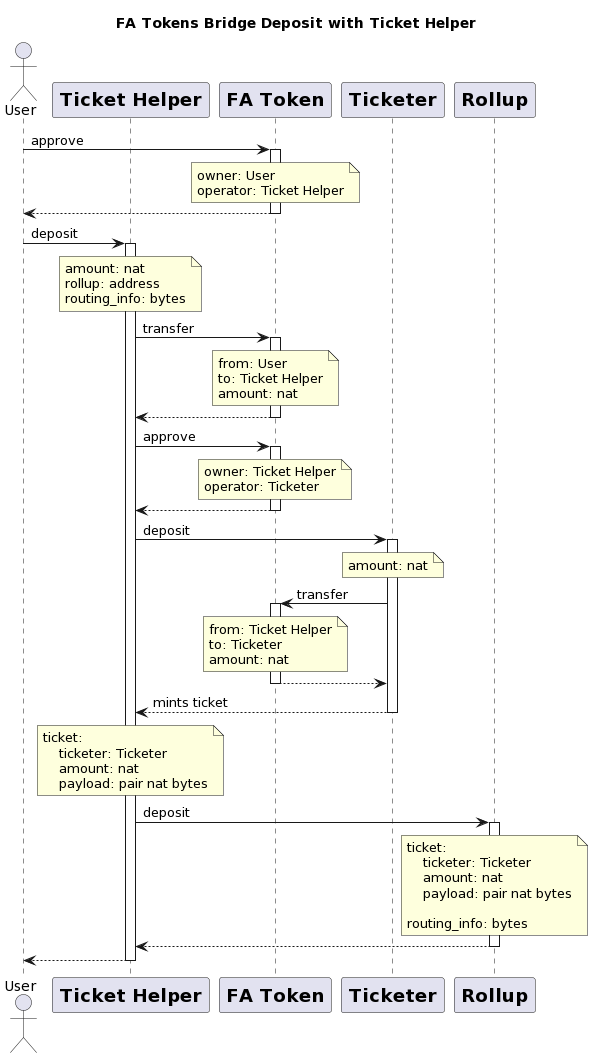
baking-bad/etherlink-bridge keeps this PlantUML diagram as docs/deposit-sequence.png. Above is the earlier version. Source of this version:
```plantuml
@startuml
title FA Tokens Bridge Deposit with Ticket Helper
actor       User          as User
participant TicketHelper [
    =Ticket Helper
]
participant FAToken [
    =FA Token
]
participant Ticketer [
    =Ticketer
]
participant Rollup [
    =Rollup
]

User -> FAToken ++ : approve
note over FAToken: owner: User\noperator: Ticket Helper
FAToken --> User --

User -> TicketHelper ++ : deposit
note over TicketHelper : amount: nat\nrollup: address\nrouting_info: bytes

TicketHelper -> FAToken ++ : transfer
note over FAToken: from: User\nto: Ticket Helper\namount: nat
FAToken --> TicketHelper --

TicketHelper -> FAToken ++ : approve
note over FAToken: owner: Ticket Helper\noperator: Ticketer
FAToken --> TicketHelper --

TicketHelper -> Ticketer ++ : deposit
note over Ticketer : amount: nat

Ticketer -> FAToken ++ : transfer
note over FAToken: from: Ticket Helper\nto: Ticketer\namount: nat
FAToken --> Ticketer --

Ticketer --> TicketHelper -- : mints ticket
note over TicketHelper : ticket:\n    ticketer: Ticketer\n    amount: nat\n    payload: pair nat bytes

TicketHelper -> Rollup ++ : deposit
note over Rollup : ticket:\n    ticketer: Ticketer\n    amount: nat\n    payload: pair nat bytes\n\nrouting_info: bytes
Rollup --> TicketHelper --
TicketHelper --> User --
@enduml
```
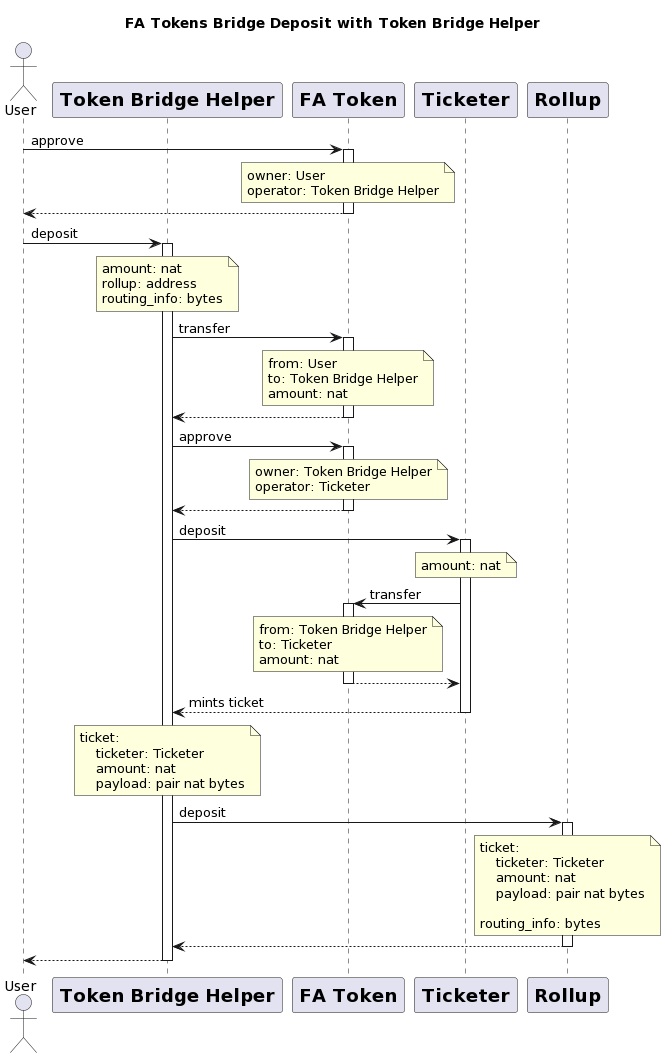
After the commit.

Change to the diagram source:
```diff
@@ -1,8 +1,8 @@
 @startuml
-title FA Tokens Bridge Deposit with Ticket Helper
+title FA Tokens Bridge Deposit with Token Bridge Helper
 actor       User          as User
-participant TicketHelper [
-    =Ticket Helper
+participant TokenBridgeHelper [
+    =Token Bridge Helper
 ]
 participant FAToken [
     =FA Token
@@ -15,32 +15,32 @@
 ]
 
 User -> FAToken ++ : approve
-note over FAToken: owner: User\noperator: Ticket Helper
+note over FAToken: owner: User\noperator: Token Bridge Helper
 FAToken --> User --
 
-User -> TicketHelper ++ : deposit
-note over TicketHelper : amount: nat\nrollup: address\nrouting_info: bytes
+User -> TokenBridgeHelper ++ : deposit
+note over TokenBridgeHelper : amount: nat\nrollup: address\nrouting_info: bytes
 
-TicketHelper -> FAToken ++ : transfer
-note over FAToken: from: User\nto: Ticket Helper\namount: nat
-FAToken --> TicketHelper --
+TokenBridgeHelper -> FAToken ++ : transfer
+note over FAToken: from: User\nto: Token Bridge Helper\namount: nat
+FAToken --> TokenBridgeHelper --
 
-TicketHelper -> FAToken ++ : approve
-note over FAToken: owner: Ticket Helper\noperator: Ticketer
-FAToken --> TicketHelper --
+TokenBridgeHelper -> FAToken ++ : approve
+note over FAToken: owner: Token Bridge Helper\noperator: Ticketer
+FAToken --> TokenBridgeHelper --
 
-TicketHelper -> Ticketer ++ : deposit
+TokenBridgeHelper -> Ticketer ++ : deposit
 note over Ticketer : amount: nat
 
 Ticketer -> FAToken ++ : transfer
-note over FAToken: from: Ticket Helper\nto: Ticketer\namount: nat
+note over FAToken: from: Token Bridge Helper\nto: Ticketer\namount: nat
 FAToken --> Ticketer --
 
-Ticketer --> TicketHelper -- : mints ticket
-note over TicketHelper : ticket:\n    ticketer: Ticketer\n    amount: nat\n    payload: pair nat bytes
+Ticketer --> TokenBridgeHelper -- : mints ticket
+note over TokenBridgeHelper : ticket:\n    ticketer: Ticketer\n    amount: nat\n    payload: pair nat bytes
 
-TicketHelper -> Rollup ++ : deposit
+TokenBridgeHelper -> Rollup ++ : deposit
 note over Rollup : ticket:\n    ticketer: Ticketer\n    amount: nat\n    payload: pair nat bytes\n\nrouting_info: bytes
-Rollup --> TicketHelper --
-TicketHelper --> User --
+Rollup --> TokenBridgeHelper --
+TokenBridgeHelper --> User --
 @enduml
```
